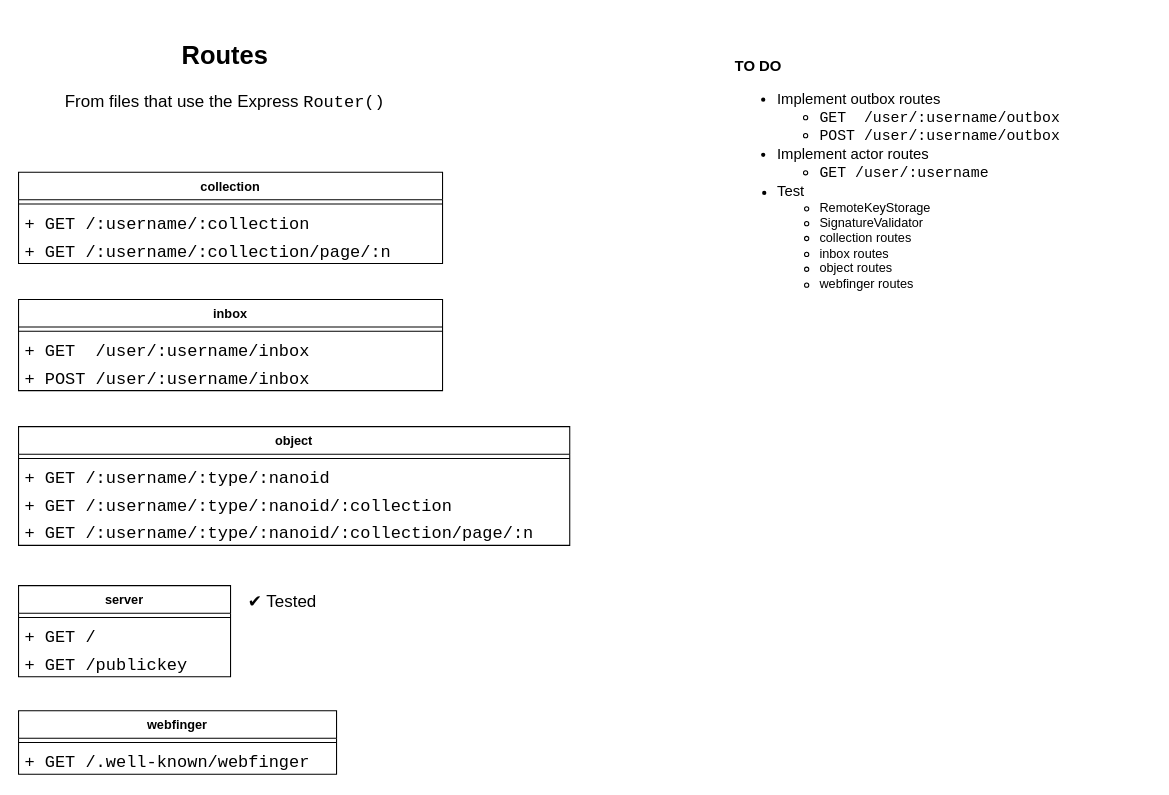
Above: page "API" (1 of 3) of activitypub.drawio in santisbon/apkit (draw.io), before the change. Source tidied: cells renumbered, new cells numbered last; positions are measured from the earlier drawing's top-left corner, leaving out a move shared by most shapes. Both pictures are drawn from the tidied source at 106%, with x=0, y=0 at pixel (18, 50).
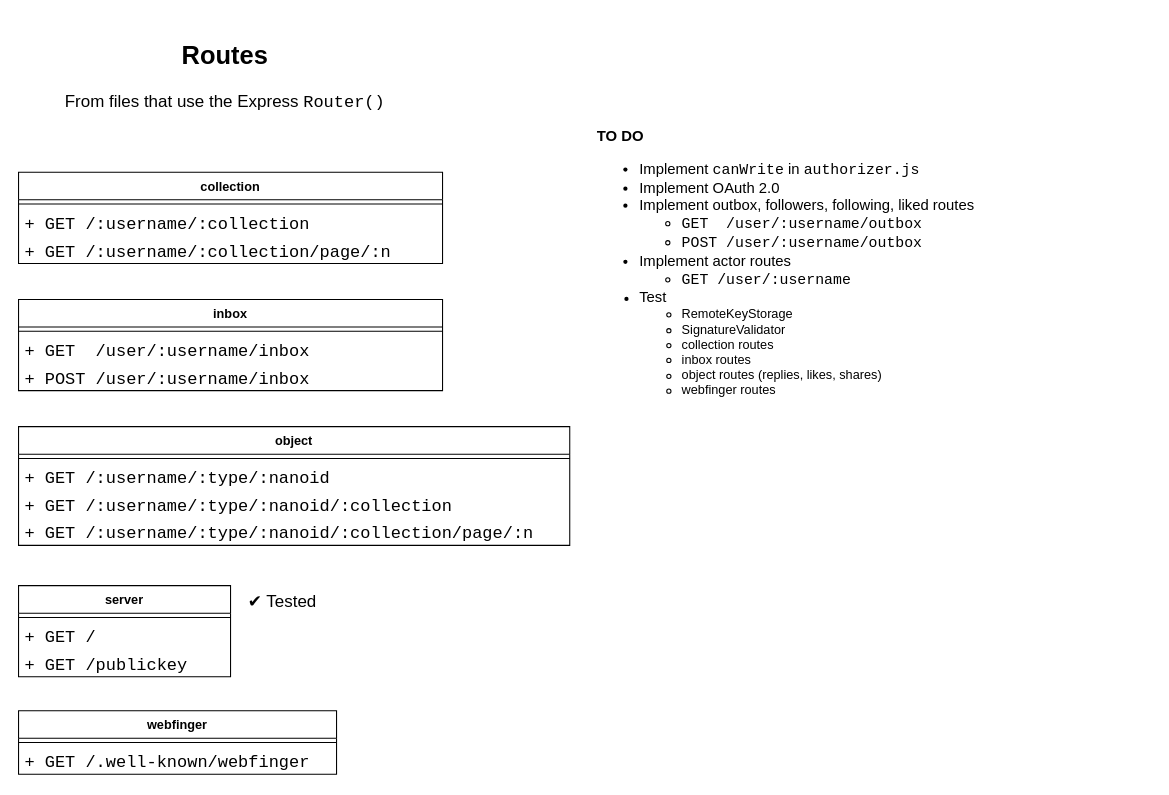
The same page after the edit.

Diff of the diagram source:
```diff
@@
-    <mxCell id="23" value="&lt;h3 style=&quot;margin-top: 0px;&quot;&gt;TO DO&lt;/h3&gt;&lt;p&gt;&lt;/p&gt;&lt;ul style=&quot;&quot;&gt;&lt;li style=&quot;font-size: 14px;&quot;&gt;Implement outbox routes&lt;/li&gt;&lt;ul style=&quot;font-size: 14px;&quot;&gt;&lt;li&gt;&lt;span style=&quot;font-family: &amp;quot;Courier New&amp;quot;;&quot;&gt;GET&amp;nbsp; /user/:username/outbox&lt;/span&gt;&lt;br&gt;&lt;/li&gt;&lt;li&gt;&lt;span style=&quot;font-family: &amp;quot;Courier New&amp;quot;;&quot;&gt;POST /user/:username/outbox&lt;/span&gt;&lt;/li&gt;&lt;/ul&gt;&lt;li style=&quot;font-size: 14px;&quot;&gt;Implement actor&amp;nbsp;routes&lt;/li&gt;&lt;ul style=&quot;font-size: 14px;&quot;&gt;&lt;li&gt;&lt;span style=&quot;font-family: &amp;quot;Courier New&amp;quot;;&quot;&gt;GET /user/:username&lt;/span&gt;&lt;/li&gt;&lt;/ul&gt;&lt;li style=&quot;&quot;&gt;&lt;span style=&quot;font-size: 14px;&quot;&gt;Test&amp;nbsp;&lt;/span&gt;&lt;/li&gt;&lt;ul&gt;&lt;li style=&quot;&quot;&gt;RemoteKeyStorage&lt;/li&gt;&lt;li style=&quot;&quot;&gt;SignatureValidator&lt;/li&gt;&lt;li style=&quot;&quot;&gt;collection routes&lt;/li&gt;&lt;li style=&quot;&quot;&gt;inbox routes&lt;/li&gt;&lt;li style=&quot;&quot;&gt;object routes&lt;/li&gt;&lt;li style=&quot;&quot;&gt;webfinger routes&lt;/li&gt;&lt;/ul&gt;&lt;/ul&gt;&lt;p&gt;&lt;/p&gt;" style="text;html=1;whiteSpace=wrap;overflow=hidden;rounded=0;" parent="1" vertex="1">
-      <mxGeometry x="674" width="394" height="270" as="geometry" />
+    <mxCell id="23" value="&lt;h3 style=&quot;margin-top: 0px;&quot;&gt;TO DO&lt;/h3&gt;&lt;p&gt;&lt;/p&gt;&lt;ul style=&quot;&quot;&gt;&lt;li style=&quot;font-size: 14px;&quot;&gt;Implement &lt;font face=&quot;Courier New&quot;&gt;canWrite&lt;/font&gt; in &lt;font face=&quot;Courier New&quot;&gt;authorizer.js&lt;/font&gt;&lt;/li&gt;&lt;li style=&quot;font-size: 14px;&quot;&gt;Implement OAuth 2.0&lt;/li&gt;&lt;li style=&quot;font-size: 14px;&quot;&gt;Implement outbox, followers, following, liked&amp;nbsp;routes&lt;/li&gt;&lt;ul style=&quot;font-size: 14px;&quot;&gt;&lt;li&gt;&lt;span style=&quot;font-family: &amp;quot;Courier New&amp;quot;;&quot;&gt;GET&amp;nbsp; /user/:username/outbox&lt;/span&gt;&lt;br&gt;&lt;/li&gt;&lt;li&gt;&lt;span style=&quot;font-family: &amp;quot;Courier New&amp;quot;;&quot;&gt;POST /user/:username/outbox&lt;/span&gt;&lt;/li&gt;&lt;/ul&gt;&lt;li style=&quot;font-size: 14px;&quot;&gt;Implement actor&amp;nbsp;routes&lt;/li&gt;&lt;ul style=&quot;font-size: 14px;&quot;&gt;&lt;li&gt;&lt;span style=&quot;font-family: &amp;quot;Courier New&amp;quot;;&quot;&gt;GET /user/:username&lt;/span&gt;&lt;/li&gt;&lt;/ul&gt;&lt;li style=&quot;&quot;&gt;&lt;span style=&quot;font-size: 14px;&quot;&gt;Test&amp;nbsp;&lt;/span&gt;&lt;/li&gt;&lt;ul&gt;&lt;li style=&quot;&quot;&gt;RemoteKeyStorage&lt;/li&gt;&lt;li style=&quot;&quot;&gt;SignatureValidator&lt;/li&gt;&lt;li style=&quot;&quot;&gt;collection routes&lt;/li&gt;&lt;li style=&quot;&quot;&gt;inbox routes&lt;/li&gt;&lt;li style=&quot;&quot;&gt;object routes (replies, likes, shares)&lt;/li&gt;&lt;li style=&quot;&quot;&gt;webfinger routes&lt;/li&gt;&lt;/ul&gt;&lt;/ul&gt;&lt;p&gt;&lt;/p&gt;" style="text;html=1;whiteSpace=wrap;overflow=hidden;rounded=0;" parent="1" vertex="1">
+      <mxGeometry x="544" y="66" width="394" height="530" as="geometry" />
     </mxCell>
```
